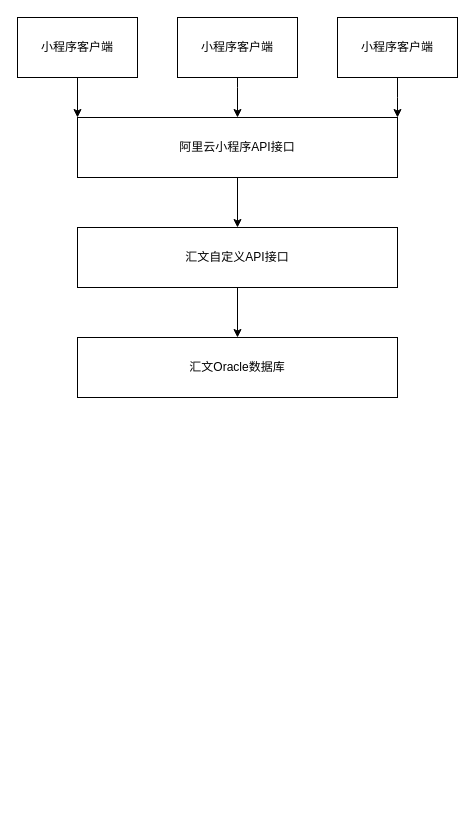
This is 未命名绘图.drawio from yisqiu/SimpleMap-wx, a draw.io file, before an edit. Source tidied: cells renumbered, new cells numbered last; positions are measured from the earlier drawing's top-left corner, leaving out a move shared by most shapes. Both pictures are drawn from the tidied source at 100%, with x=0, y=0 at pixel (17, 17).
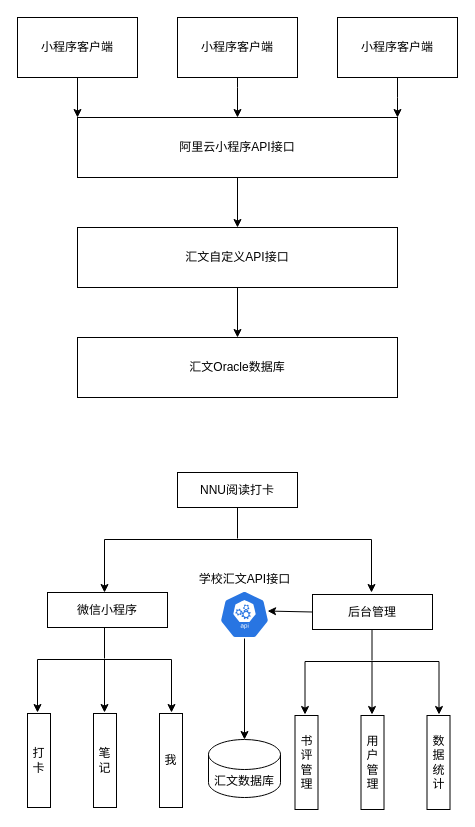
Above is the later version.

Commit message:
更新未命名绘图.drawio

The edit, as a diff of the source:
```diff
@@
+    <mxCell id="13" value="NNU阅读打卡" style="rounded=0;whiteSpace=wrap;html=1;" parent="1" vertex="1">
+      <mxGeometry x="160" y="455" width="120" height="35" as="geometry" />
+    </mxCell>
+    <mxCell id="14" style="endArrow=classic;html=1;" parent="1" edge="1">
+      <mxGeometry relative="1" as="geometry">
+        <mxPoint x="87" y="522" as="sourcePoint" />
+        <mxPoint x="87" y="575" as="targetPoint" />
+      </mxGeometry>
+    </mxCell>
+    <mxCell id="15" style="endArrow=none;html=1;entryX=0.5;entryY=1;entryDx=0;entryDy=0;" parent="1" edge="1" target="13">
+      <mxGeometry relative="1" as="geometry">
+        <mxPoint x="220" y="521" as="sourcePoint" />
+      </mxGeometry>
+    </mxCell>
+    <mxCell id="16" style="endArrow=none;html=1;" parent="1" edge="1">
+      <mxGeometry relative="1" as="geometry">
+        <mxPoint x="87" y="522" as="sourcePoint" />
+        <mxPoint x="354" y="522" as="targetPoint" />
+      </mxGeometry>
+    </mxCell>
+    <mxCell id="17" style="endArrow=classic;html=1;" parent="1" edge="1">
+      <mxGeometry relative="1" as="geometry">
+        <mxPoint x="354" y="522" as="sourcePoint" />
+        <mxPoint x="354" y="575" as="targetPoint" />
+      </mxGeometry>
+    </mxCell>
+    <mxCell id="18" value="微信小程序" style="rounded=0;whiteSpace=wrap;html=1;" parent="1" vertex="1">
+      <mxGeometry x="30" y="575" width="120" height="35" as="geometry" />
+    </mxCell>
+    <mxCell id="19" value="后台管理" style="rounded=0;whiteSpace=wrap;html=1;" parent="1" vertex="1">
+      <mxGeometry x="295" y="577" width="120" height="35" as="geometry" />
+    </mxCell>
+    <mxCell id="20" style="endArrow=classic;html=1;" parent="1" edge="1">
+      <mxGeometry relative="1" as="geometry">
+        <mxPoint x="20" y="642" as="sourcePoint" />
+        <mxPoint x="20" y="695" as="targetPoint" />
+      </mxGeometry>
+    </mxCell>
+    <mxCell id="21" style="endArrow=none;html=1;entryX=0.5;entryY=1;entryDx=0;entryDy=0;" parent="1" edge="1">
+      <mxGeometry relative="1" as="geometry">
+        <mxPoint x="87" y="641" as="sourcePoint" />
+        <mxPoint x="87" y="610" as="targetPoint" />
+      </mxGeometry>
+    </mxCell>
+    <mxCell id="22" style="endArrow=none;html=1;" parent="1" edge="1">
+      <mxGeometry relative="1" as="geometry">
+        <mxPoint x="20" y="642" as="sourcePoint" />
+        <mxPoint x="154" y="642" as="targetPoint" />
+      </mxGeometry>
+    </mxCell>
+    <mxCell id="23" style="endArrow=classic;html=1;" parent="1" edge="1">
+      <mxGeometry relative="1" as="geometry">
+        <mxPoint x="154" y="642" as="sourcePoint" />
+        <mxPoint x="154" y="695" as="targetPoint" />
+      </mxGeometry>
+    </mxCell>
+    <mxCell id="24" value="打&lt;br&gt;卡" style="rounded=0;whiteSpace=wrap;html=1;" parent="1" vertex="1">
+      <mxGeometry x="10" y="696" width="23" height="94" as="geometry" />
+    </mxCell>
+    <mxCell id="25" value="我" style="rounded=0;whiteSpace=wrap;html=1;" parent="1" vertex="1">
+      <mxGeometry x="142" y="696" width="23" height="94" as="geometry" />
+    </mxCell>
+    <mxCell id="26" style="endArrow=classic;html=1;" parent="1" edge="1">
+      <mxGeometry relative="1" as="geometry">
+        <mxPoint x="87" y="642" as="sourcePoint" />
+        <mxPoint x="87" y="695" as="targetPoint" />
+      </mxGeometry>
+    </mxCell>
+    <mxCell id="27" value="笔记" style="rounded=0;whiteSpace=wrap;html=1;" parent="1" vertex="1">
+      <mxGeometry x="76" y="696" width="23" height="94" as="geometry" />
+    </mxCell>
+    <mxCell id="28" style="endArrow=classic;html=1;" parent="1" edge="1">
+      <mxGeometry relative="1" as="geometry">
+        <mxPoint x="287.5" y="644" as="sourcePoint" />
+        <mxPoint x="287.5" y="697" as="targetPoint" />
+      </mxGeometry>
+    </mxCell>
+    <mxCell id="29" style="endArrow=none;html=1;entryX=0.5;entryY=1;entryDx=0;entryDy=0;" parent="1" edge="1">
+      <mxGeometry relative="1" as="geometry">
+        <mxPoint x="354.5" y="643" as="sourcePoint" />
+        <mxPoint x="354.5" y="612" as="targetPoint" />
+      </mxGeometry>
+    </mxCell>
+    <mxCell id="30" style="endArrow=none;html=1;" parent="1" edge="1">
+      <mxGeometry relative="1" as="geometry">
+        <mxPoint x="287.5" y="644" as="sourcePoint" />
+        <mxPoint x="421.5" y="644" as="targetPoint" />
+      </mxGeometry>
+    </mxCell>
+    <mxCell id="31" style="endArrow=classic;html=1;" parent="1" edge="1">
+      <mxGeometry relative="1" as="geometry">
+        <mxPoint x="421.5" y="644" as="sourcePoint" />
+        <mxPoint x="421.5" y="697" as="targetPoint" />
+      </mxGeometry>
+    </mxCell>
+    <mxCell id="32" value="书评管理" style="rounded=0;whiteSpace=wrap;html=1;" parent="1" vertex="1">
+      <mxGeometry x="277.5" y="698" width="23" height="94" as="geometry" />
+    </mxCell>
+    <mxCell id="33" value="数据统计" style="rounded=0;whiteSpace=wrap;html=1;" parent="1" vertex="1">
+      <mxGeometry x="409.5" y="698" width="23" height="94" as="geometry" />
+    </mxCell>
+    <mxCell id="34" style="endArrow=classic;html=1;" parent="1" edge="1">
+      <mxGeometry relative="1" as="geometry">
+        <mxPoint x="354.5" y="644" as="sourcePoint" />
+        <mxPoint x="354.5" y="697" as="targetPoint" />
+      </mxGeometry>
+    </mxCell>
+    <mxCell id="35" value="用户管理" style="rounded=0;whiteSpace=wrap;html=1;" parent="1" vertex="1">
+      <mxGeometry x="343.5" y="698" width="23" height="94" as="geometry" />
+    </mxCell>
+    <mxCell id="36" style="endArrow=classic;html=1;exitX=0;exitY=0.5;exitDx=0;exitDy=0;entryX=0.962;entryY=0.428;entryDx=0;entryDy=0;entryPerimeter=0;" parent="1" edge="1" source="19" target="38">
+      <mxGeometry relative="1" as="geometry" />
+    </mxCell>
+    <mxCell id="37" value="汇文数据库" style="shape=cylinder3;whiteSpace=wrap;html=1;boundedLbl=1;backgroundOutline=1;size=15;" parent="1" vertex="1">
+      <mxGeometry x="191" y="722" width="72" height="58" as="geometry" />
+    </mxCell>
+    <mxCell id="38" value="学校汇文API接口" style="html=1;dashed=0;whitespace=wrap;fillColor=#2875E2;strokeColor=#ffffff;points=[[0.005,0.63,0],[0.1,0.2,0],[0.9,0.2,0],[0.5,0,0],[0.995,0.63,0],[0.72,0.99,0],[0.5,1,0],[0.28,0.99,0]];shape=mxgraph.kubernetes.icon;prIcon=api;spacingLeft=0;spacingBottom=70;" parent="1" vertex="1">
+      <mxGeometry x="202" y="573" width="50" height="48" as="geometry" />
+    </mxCell>
+    <mxCell id="39" style="endArrow=classic;html=1;exitX=0.5;exitY=1;exitDx=0;exitDy=0;exitPerimeter=0;entryX=0.5;entryY=0;entryDx=0;entryDy=0;entryPerimeter=0;" parent="1" edge="1" source="38" target="37">
+      <mxGeometry relative="1" as="geometry" />
+    </mxCell>
```
